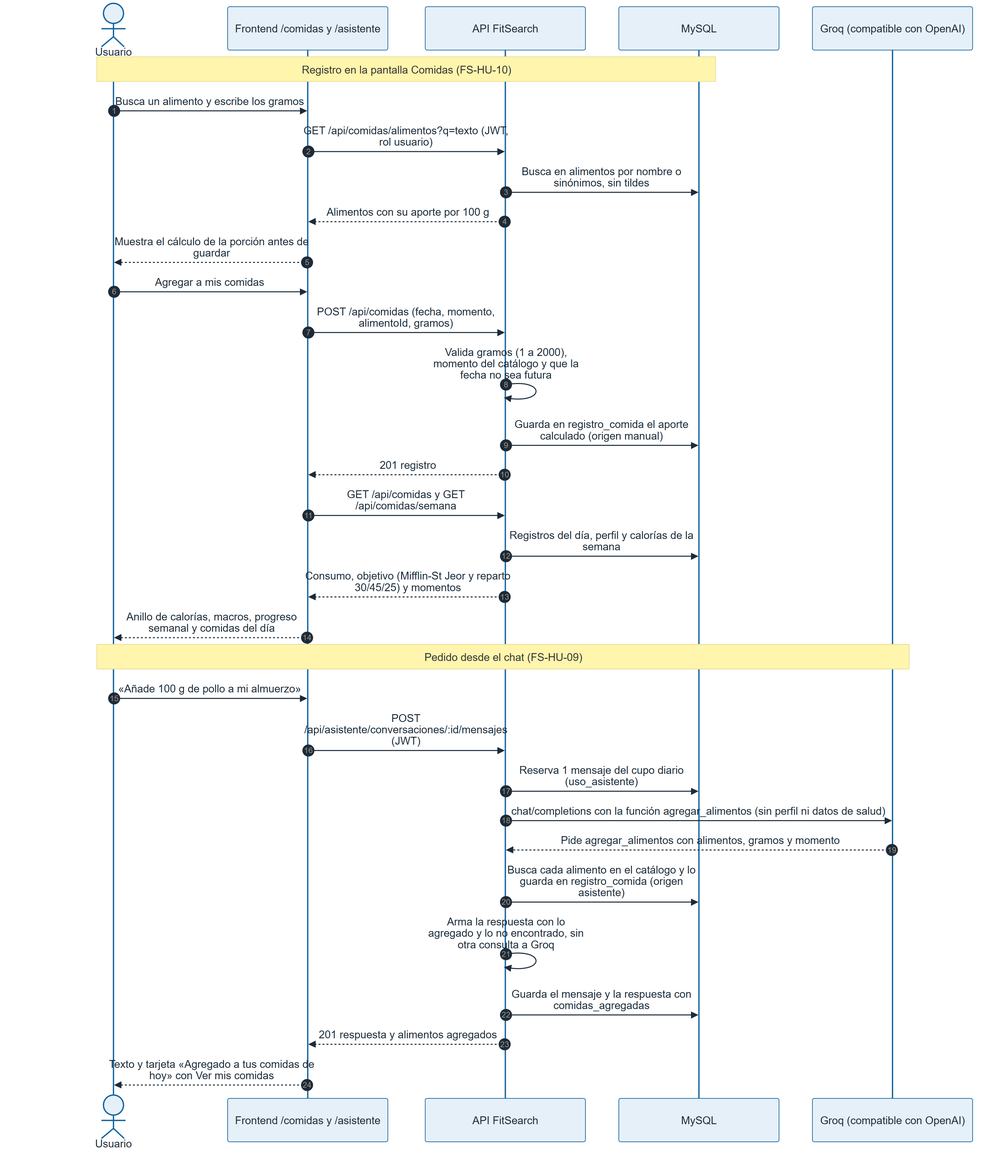
rodriacr/FitSearch keeps this Mermaid diagram as FASE 2/Evidencias Proyecto/Evidencias de documentación/Diagramas (Miro)/Actualización Sprint 3/15_Registro_de_Comidas.png. Above is the earlier version. Its source is kept beside it as FASE 2/Evidencias Proyecto/Evidencias de documentación/Diagramas (Miro)/Actualización Sprint 3/15_Registro_de_Comidas.mmd.
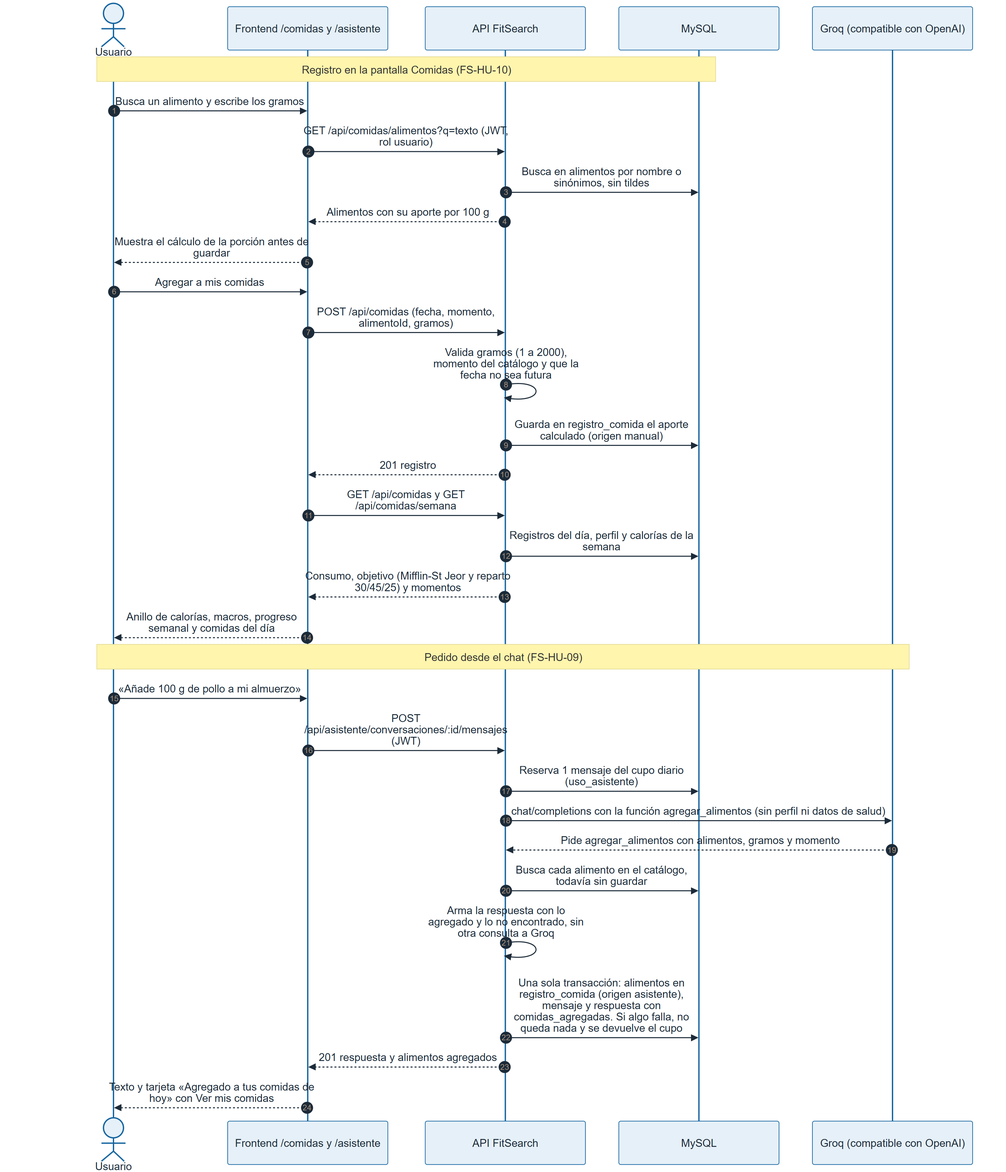
After the change.

Change to the diagram source:
```diff
@@ -26,8 +26,8 @@
   B->>D: Reserva 1 mensaje del cupo diario (uso_asistente)
   B->>G: chat/completions con la función agregar_alimentos (sin perfil ni datos de salud)
   G-->>B: Pide agregar_alimentos con alimentos, gramos y momento
-  B->>D: Busca cada alimento en el catálogo y lo guarda en registro_comida (origen asistente)
+  B->>D: Busca cada alimento en el catálogo, todavía sin guardar
   B->>B: Arma la respuesta con lo agregado y lo no encontrado, sin otra consulta a Groq
-  B->>D: Guarda el mensaje y la respuesta con comidas_agregadas
+  B->>D: Una sola transacción: alimentos en registro_comida (origen asistente), mensaje y respuesta con comidas_agregadas. Si algo falla, no queda nada y se devuelve el cupo
   B-->>F: 201 respuesta y alimentos agregados
   F-->>U: Texto y tarjeta «Agregado a tus comidas de hoy» con Ver mis comidas
```
